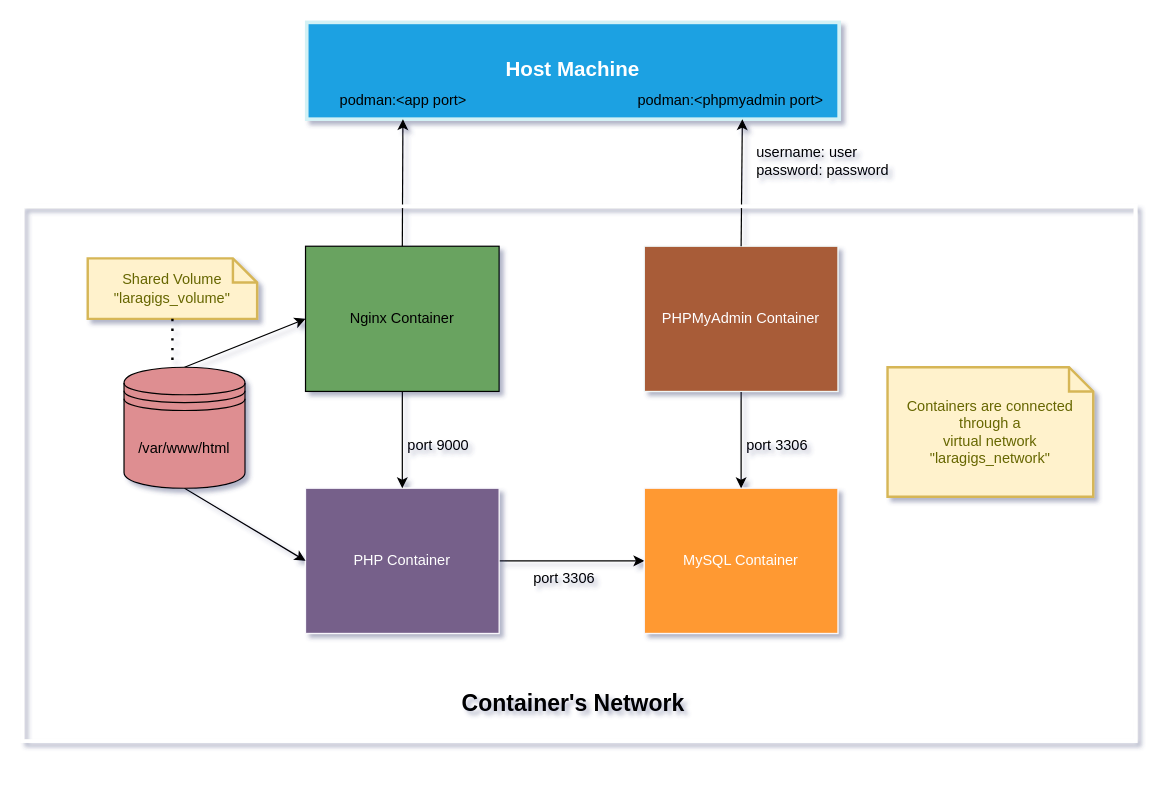
Above: diagram.drawio in salim-atalla/laragigs (draw.io), before the change. Source tidied: cells renumbered, new cells numbered last; positions are measured from the earlier drawing's top-left corner, leaving out a move shared by most shapes. Both pictures are drawn from the tidied source at 121%, with x=0, y=0 at pixel (22, 22).
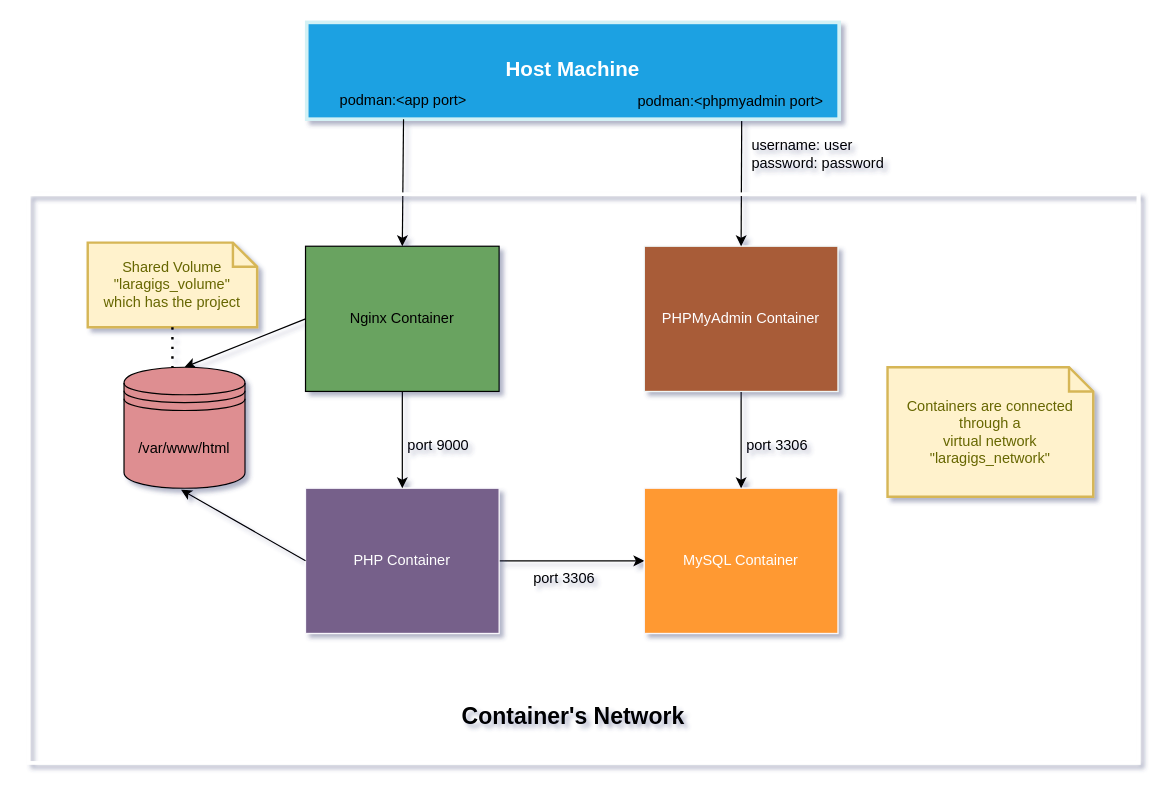
Above is the later version.

Commit message (it also covers changes not shown here):
Update container's diagram

The change refers to these unchanged cells:
```xml
<mxCell id="2" value="&lt;b&gt;&lt;font style=&quot;font-size: 17px;&quot;&gt;Host Machine&lt;/font&gt;&lt;/b&gt;" style="rounded=0;whiteSpace=wrap;html=1;fillColor=#1ba1e2;fontColor=#ffffff;strokeColor=#D3F1F5;strokeWidth=3;" parent="1" vertex="1">
  <mxGeometry x="235" width="440" height="80" as="geometry" />
</mxCell>
<mxCell id="3" value="Nginx Container" style="rounded=0;whiteSpace=wrap;html=1;fontSize=12;fillColor=#69A360;" parent="1" vertex="1">
  <mxGeometry x="234" y="185" width="160" height="120" as="geometry" />
</mxCell>
<mxCell id="5" value="PHP Container" style="rounded=0;whiteSpace=wrap;html=1;fontSize=12;fillColor=#76608a;fontColor=#ffffff;strokeColor=#F8F7FC;" parent="1" vertex="1">
  <mxGeometry x="234" y="385" width="160" height="120" as="geometry" />
</mxCell>
<mxCell id="8" value="PHPMyAdmin Container" style="rounded=0;whiteSpace=wrap;html=1;fontSize=12;fillColor=#A85B39;fontColor=#ffffff;strokeColor=#F0F7F7;" parent="1" vertex="1">
  <mxGeometry x="514" y="185" width="160" height="120" as="geometry" />
</mxCell>
<mxCell id="12" value="podman:&amp;lt;app port&amp;gt;" style="text;html=1;strokeColor=none;fillColor=none;align=center;verticalAlign=middle;whiteSpace=wrap;rounded=0;" parent="1" vertex="1">
  <mxGeometry x="245" y="50" width="140" height="30" as="geometry" />
</mxCell>
<mxCell id="19" value="/var/www/html" style="shape=datastore;whiteSpace=wrap;html=1;fontSize=12;fillColor=#DE8E91;rounded=0;" parent="1" vertex="1">
  <mxGeometry x="84" y="285" width="100" height="100" as="geometry" />
</mxCell>
```

Change to the diagram source:
```diff
@@
-    <mxCell id="9" style="endArrow=classic;html=1;exitX=0.5;exitY=0;exitDx=0;exitDy=0;rounded=0;" parent="1" edge="1" source="8">
-      <mxGeometry relative="1" as="geometry">
-        <mxPoint x="595" y="80" as="targetPoint" />
-      </mxGeometry>
+    <mxCell id="9" style="endArrow=classic;html=1;rounded=0;entryX=0.5;entryY=0;entryDx=0;entryDy=0;exitX=0.817;exitY=1.019;exitDx=0;exitDy=0;exitPerimeter=0;" parent="1" edge="1" source="2" target="8">
+      <mxGeometry relative="1" as="geometry" />
     </mxCell>
-    <mxCell id="10" style="endArrow=classic;html=1;exitX=0.5;exitY=0;exitDx=0;exitDy=0;rounded=0;" parent="1" edge="1" source="3">
-      <mxGeometry relative="1" as="geometry">
-        <mxPoint x="314.5" y="80" as="targetPoint" />
-      </mxGeometry>
+    <mxCell id="10" style="endArrow=classic;html=1;exitX=0.5;exitY=1;exitDx=0;exitDy=0;rounded=0;entryX=0.5;entryY=0;entryDx=0;entryDy=0;" parent="1" edge="1" source="12" target="3">
+      <mxGeometry relative="1" as="geometry" />
     </mxCell>
     <mxCell id="11" value="podman:&amp;lt;phpmyadmin port&amp;gt;" style="text;html=1;strokeColor=none;fillColor=none;align=center;verticalAlign=middle;whiteSpace=wrap;rounded=0;" parent="1" vertex="1">
-      <mxGeometry x="496" y="50" width="179" height="30" as="geometry" />
+      <mxGeometry x="496" y="51" width="179" height="30" as="geometry" />
     </mxCell>
@@
-    <mxCell id="17" style="edgeStyle=none;html=1;entryX=0;entryY=0.5;entryDx=0;entryDy=0;exitX=0.5;exitY=1;exitDx=0;exitDy=0;fontSize=12;rounded=0;" parent="1" edge="1" source="19" target="5">
+    <mxCell id="17" style="edgeStyle=none;html=1;fontSize=12;rounded=0;entryX=0.471;entryY=1.012;entryDx=0;entryDy=0;entryPerimeter=0;exitX=0;exitY=0.5;exitDx=0;exitDy=0;" parent="1" edge="1" source="5" target="19">
       <mxGeometry relative="1" as="geometry" />
     </mxCell>
-    <mxCell id="18" style="edgeStyle=none;html=1;exitX=0.5;exitY=0;exitDx=0;exitDy=0;entryX=0;entryY=0.5;entryDx=0;entryDy=0;fontSize=12;rounded=0;" parent="1" edge="1" source="19" target="3">
+    <mxCell id="18" style="edgeStyle=none;html=1;exitX=0;exitY=0.5;exitDx=0;exitDy=0;fontSize=12;rounded=0;entryX=0.5;entryY=0;entryDx=0;entryDy=0;" parent="1" edge="1" source="3" target="19">
       <mxGeometry relative="1" as="geometry" />
     </mxCell>
@@
-    <mxCell id="20" value="Shared Volume&lt;br style=&quot;font-size: 12px;&quot;&gt;&quot;laragigs_volume&quot;" style="shape=note;strokeWidth=2;fontSize=12;size=20;whiteSpace=wrap;html=1;fillColor=#fff2cc;strokeColor=#d6b656;fontColor=#666600;rounded=0;" parent="1" vertex="1">
-      <mxGeometry x="54" y="195" width="140" height="50" as="geometry" />
+    <mxCell id="20" value="Shared Volume&lt;br style=&quot;font-size: 12px;&quot;&gt;&quot;laragigs_volume&quot;&lt;br&gt;which has the project" style="shape=note;strokeWidth=2;fontSize=12;size=20;whiteSpace=wrap;html=1;fillColor=#fff2cc;strokeColor=#d6b656;fontColor=#666600;rounded=0;" parent="1" vertex="1">
+      <mxGeometry x="54" y="182" width="140" height="70" as="geometry" />
     </mxCell>
@@
     <mxCell id="23" value="username: user&lt;br&gt;password: password" style="text;html=1;strokeColor=none;fillColor=none;align=left;verticalAlign=middle;whiteSpace=wrap;rounded=0;" parent="1" vertex="1">
-      <mxGeometry x="605" y="100" width="140" height="30" as="geometry" />
+      <mxGeometry x="601" y="94" width="140" height="30" as="geometry" />
     </mxCell>
     <mxCell id="24" style="rounded=0;whiteSpace=wrap;html=1;fontSize=12;fillColor=none;strokeWidth=3;strokeColor=#FFFFFF;" parent="1" vertex="1">
-      <mxGeometry y="152" width="920" height="442" as="geometry" />
+      <mxGeometry x="5" y="142" width="917.5" height="470" as="geometry" />
     </mxCell>
     <mxCell id="25" value="&lt;b&gt;&lt;font style=&quot;font-size: 19px;&quot;&gt;Container's Network&lt;/font&gt;&lt;/b&gt;" style="text;html=1;strokeColor=none;fillColor=none;align=center;verticalAlign=middle;whiteSpace=wrap;rounded=0;fontSize=12;" parent="1" vertex="1">
-      <mxGeometry x="326.5" y="549" width="257" height="30" as="geometry" />
+      <mxGeometry x="326.5" y="559" width="257" height="30" as="geometry" />
     </mxCell>
```
